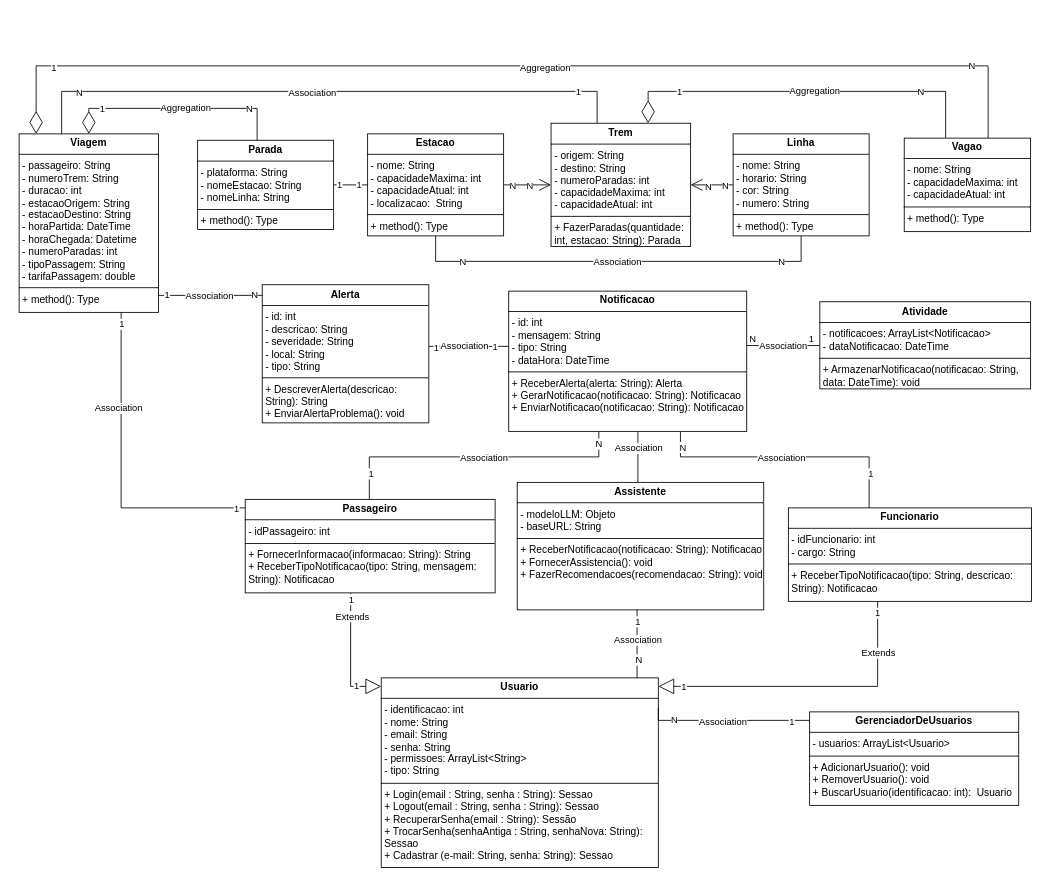
This is Sprint1.drawio from Acessi/Sprint-1-Java, a draw.io file, before an edit. Source tidied: cells renumbered, new cells numbered last; positions are measured from the earlier drawing's top-left corner, leaving out a move shared by most shapes. Both pictures are drawn from the tidied source at 85%, with x=0, y=0 at pixel (19, 65).
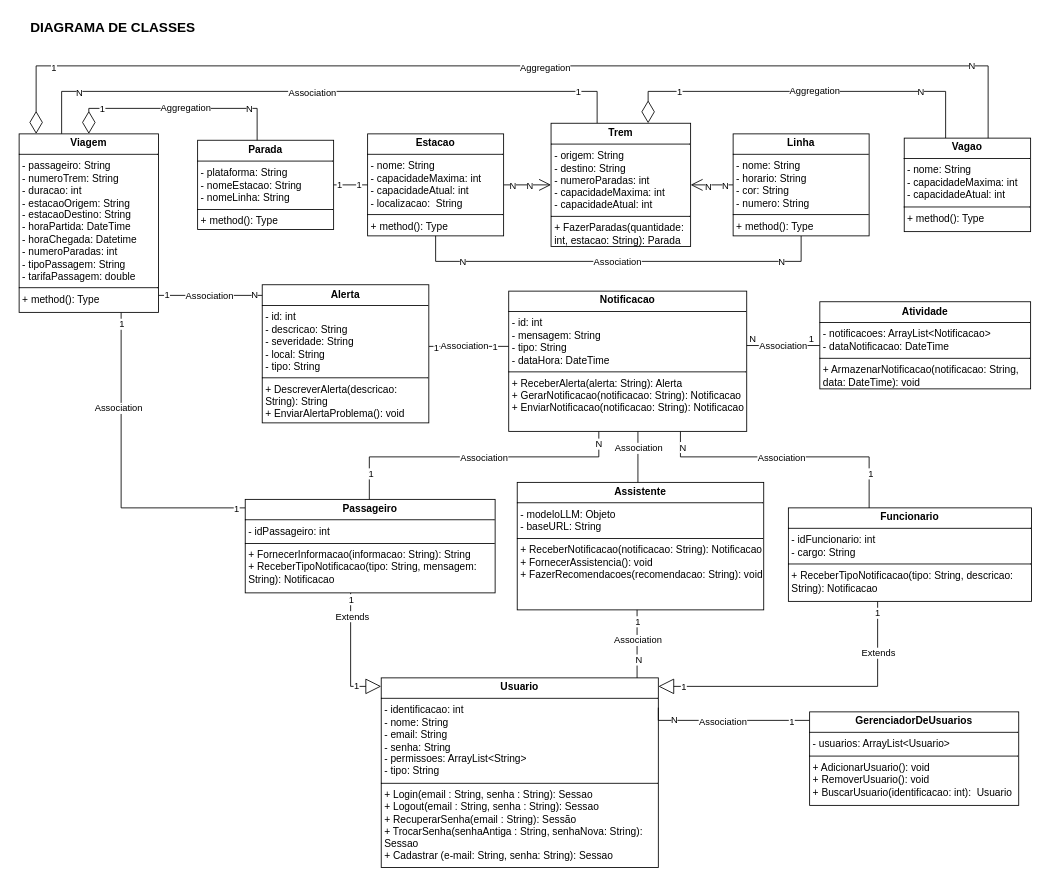
After the change.

What changed in the source:
```diff
@@
+    <mxCell id="88" value="&lt;span style=&quot;font-size: 16px; font-weight: 700;&quot;&gt;DIAGRAMA DE CLASSES&lt;/span&gt;" style="text;html=1;align=center;verticalAlign=middle;strokeColor=none;fillColor=none;" parent="1" vertex="1">
+      <mxGeometry y="-60" width="220" height="30" as="geometry" />
+    </mxCell>
```
